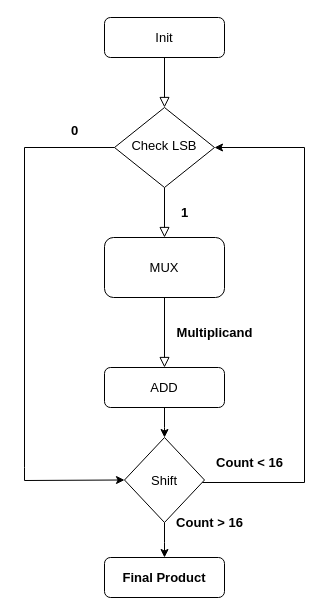
The draw.io diagram SeqMul.drawio in Hamzaweb49/seqmultiplier, before the edit. Source tidied: cells renumbered, new cells numbered last; positions are measured from the earlier drawing's top-left corner, leaving out a move shared by most shapes. Both pictures are drawn from the tidied source at 100%, with x=0, y=0 at pixel (24, 17).
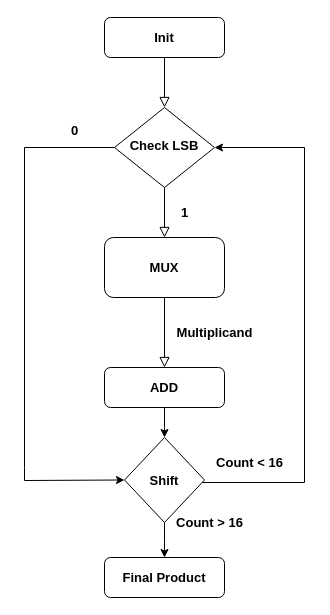
Above is the later version.

Diff of the diagram source:
```diff
@@
-    <mxCell id="3" value="&lt;font style=&quot;font-size: 13px;&quot;&gt;Init&lt;/font&gt;" style="rounded=1;whiteSpace=wrap;html=1;fontSize=12;glass=0;strokeWidth=1;shadow=0;" parent="1" vertex="1">
+    <mxCell id="3" value="&lt;font style=&quot;font-size: 13px;&quot;&gt;&lt;b&gt;Init&lt;/b&gt;&lt;/font&gt;" style="rounded=1;whiteSpace=wrap;html=1;fontSize=12;glass=0;strokeWidth=1;shadow=0;" parent="1" vertex="1">
       <mxGeometry x="80" width="120" height="40" as="geometry" />
     </mxCell>
@@
-    <mxCell id="5" value="&lt;font style=&quot;font-size: 13px;&quot;&gt;Check LSB&lt;/font&gt;" style="rhombus;whiteSpace=wrap;html=1;shadow=0;fontFamily=Helvetica;fontSize=12;align=center;strokeWidth=1;spacing=6;spacingTop=-4;" parent="1" vertex="1">
+    <mxCell id="5" value="&lt;font style=&quot;font-size: 13px;&quot;&gt;&lt;b&gt;Check LSB&lt;/b&gt;&lt;/font&gt;" style="rhombus;whiteSpace=wrap;html=1;shadow=0;fontFamily=Helvetica;fontSize=12;align=center;strokeWidth=1;spacing=6;spacingTop=-4;" parent="1" vertex="1">
       <mxGeometry x="90" y="90" width="100" height="80" as="geometry" />
     </mxCell>
@@
-    <mxCell id="8" value="&lt;font style=&quot;font-size: 13px;&quot;&gt;ADD&lt;/font&gt;" style="rounded=1;whiteSpace=wrap;html=1;fontSize=12;glass=0;strokeWidth=1;shadow=0;" parent="1" vertex="1">
+    <mxCell id="8" value="&lt;font style=&quot;font-size: 13px;&quot;&gt;&lt;b&gt;ADD&lt;/b&gt;&lt;/font&gt;" style="rounded=1;whiteSpace=wrap;html=1;fontSize=12;glass=0;strokeWidth=1;shadow=0;" parent="1" vertex="1">
       <mxGeometry x="80" y="350" width="120" height="40" as="geometry" />
     </mxCell>
@@
-    <mxCell id="11" value="&lt;font style=&quot;font-size: 13px;&quot;&gt;MUX&lt;/font&gt;" style="rounded=1;whiteSpace=wrap;html=1;" parent="1" vertex="1">
+    <mxCell id="11" value="&lt;font style=&quot;font-size: 13px;&quot;&gt;&lt;b&gt;MUX&lt;/b&gt;&lt;/font&gt;" style="rounded=1;whiteSpace=wrap;html=1;" parent="1" vertex="1">
       <mxGeometry x="80" y="220" width="120" height="60" as="geometry" />
     </mxCell>
@@
-    <mxCell id="16" value="&lt;font style=&quot;font-size: 13px;&quot;&gt;Shift&lt;/font&gt;" style="rhombus;whiteSpace=wrap;html=1;" parent="1" vertex="1">
+    <mxCell id="16" value="&lt;font style=&quot;font-size: 13px;&quot;&gt;&lt;b&gt;Shift&lt;/b&gt;&lt;/font&gt;" style="rhombus;whiteSpace=wrap;html=1;" parent="1" vertex="1">
       <mxGeometry x="100" y="420" width="80" height="85" as="geometry" />
     </mxCell>
```
